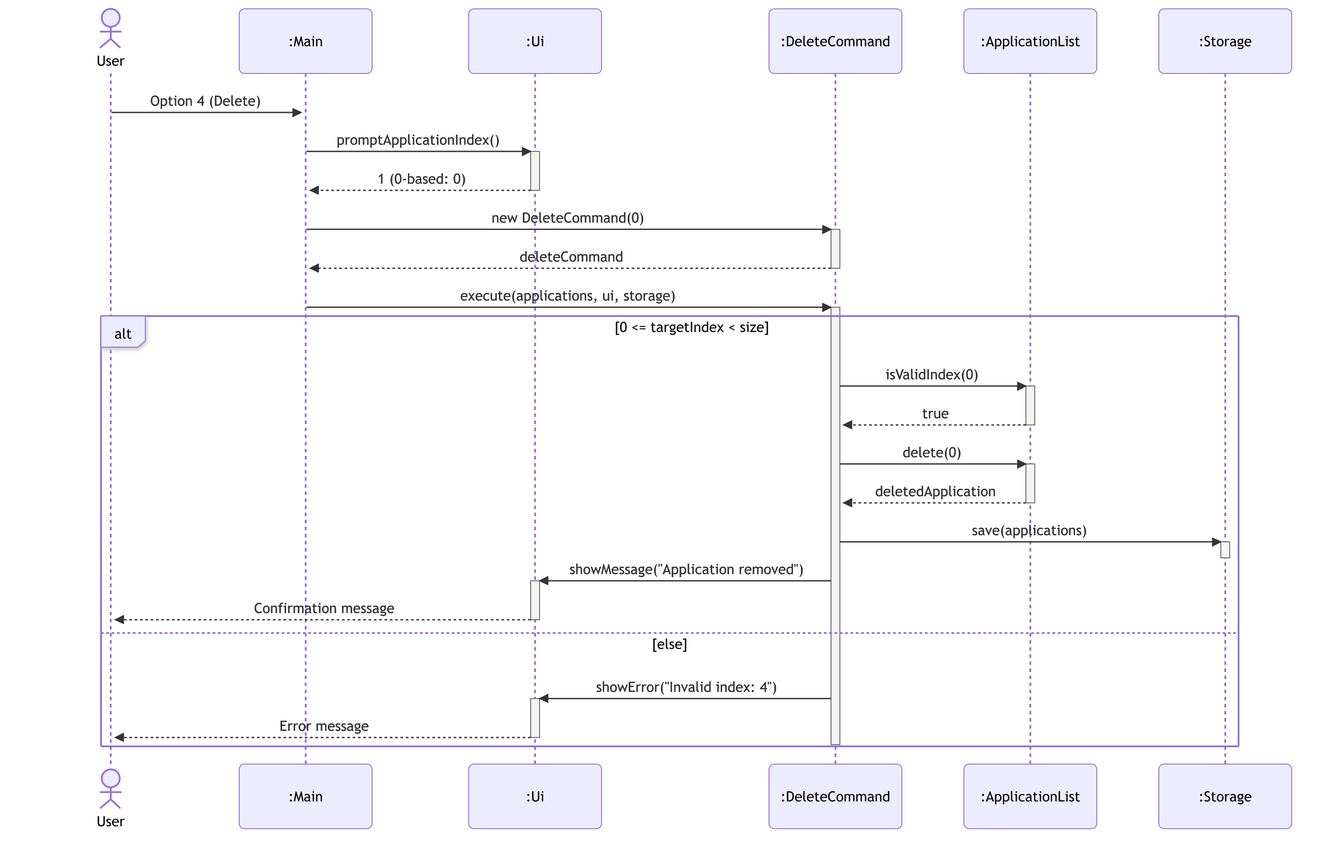
Earlier version of the Mermaid export docs/diagrams/delete-application-sequence.png (AY2627S1-CS2113-T10-2/tp). Its source is kept beside it as docs/diagrams/sources/delete-application-sequence.mmd.
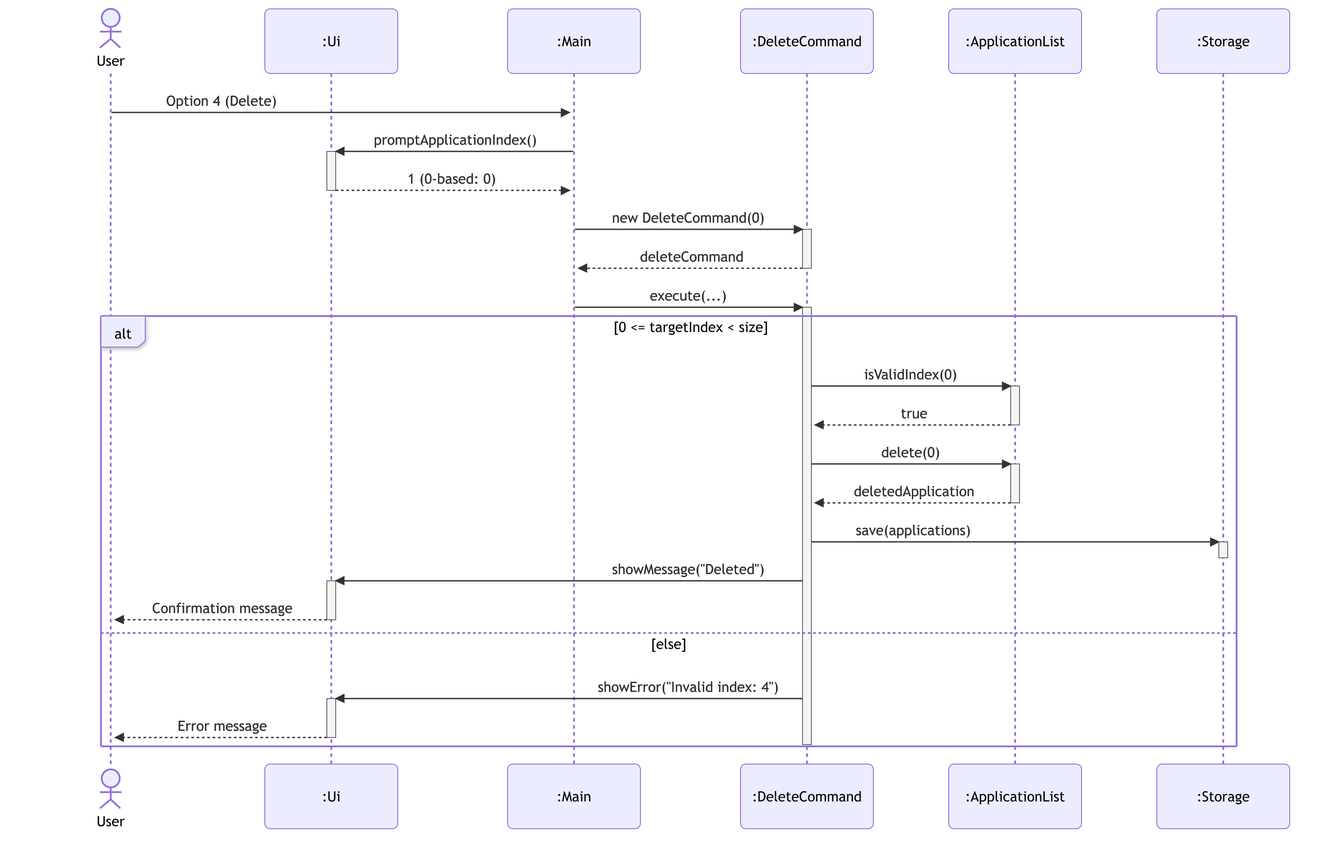
Later version of the same file.

The edit, as a diff of the source:
```diff
@@ -1,8 +1,8 @@
-%%{init: {'theme': 'default', 'sequence': {'actorMargin': 70, 'messageMargin': 45}}}%%
+%%{init: {'theme': 'default', 'sequence': {'actorMargin': 85, 'messageMargin': 45}}}%%
 sequenceDiagram
     actor user as User
+    participant ui as :Ui
     participant main as :Main
-    participant ui as :Ui
     participant cmd as :DeleteCommand
     participant list as :ApplicationList
     participant storage as :Storage
@@ -16,7 +16,7 @@
     activate cmd
     cmd-->>main: deleteCommand
     deactivate cmd
-    main->>cmd: execute(applications, ui, storage)
+    main->>cmd: execute(...)
     activate cmd
 
     alt 0 <= targetIndex < size
@@ -31,7 +31,7 @@
         cmd->>storage: save(applications)
         activate storage
         deactivate storage
-        cmd->>ui: showMessage("Application removed")
+        cmd->>ui: showMessage("Deleted")
         activate ui
         ui-->>user: Confirmation message
         deactivate ui
```
